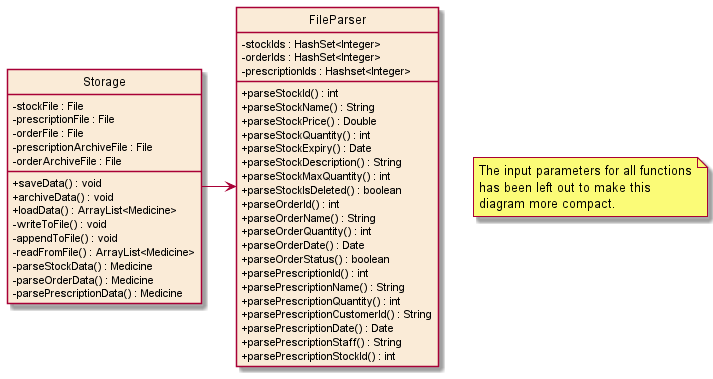
Above: docs/diagrams/diagram_images/StorageClassDiagram.png in nus-cs2113-AY2122S1/tp (PlantUML), before the change.
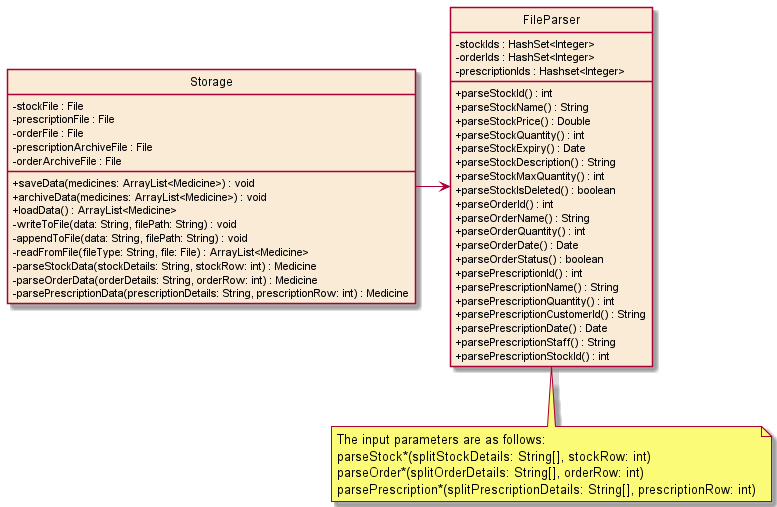
The same file after the commit.

Diff of the diagram source:
```diff
@@ -13,15 +13,15 @@
     -prescriptionArchiveFile : File
     -orderArchiveFile : File
 
-    +saveData() : void
-    +archiveData() : void
+    +saveData(medicines: ArrayList<Medicine>) : void
+    +archiveData(medicines: ArrayList<Medicine>) : void
     +loadData() : ArrayList<Medicine>
-    -writeToFile() : void
-    -appendToFile() : void
-    -readFromFile() : ArrayList<Medicine>
-    -parseStockData() : Medicine
-    -parseOrderData() : Medicine
-    -parsePrescriptionData() : Medicine
+    -writeToFile(data: String, filePath: String) : void
+    -appendToFile(data: String, filePath: String) : void
+    -readFromFile(fileType: String, file: File) : ArrayList<Medicine>
+    -parseStockData(stockDetails: String, stockRow: int) : Medicine
+    -parseOrderData(orderDetails: String, orderRow: int) : Medicine
+    -parsePrescriptionData(prescriptionDetails: String, prescriptionRow: int) : Medicine
 }
 
 class "FileParser"{
@@ -51,5 +51,10 @@
     +parsePrescriptionStockId() : int
 }
 
-note "The input parameters for all functions\nhas been left out to make this\ndiagram more compact." as n1
+note bottom
+The input parameters are as follows:
+parseStock*(splitStockDetails: String[], stockRow: int)
+parseOrder*(splitOrderDetails: String[], orderRow: int)
+parsePrescription*(splitPrescriptionDetails: String[], prescriptionRow: int)
+end note
 @enduml
```
